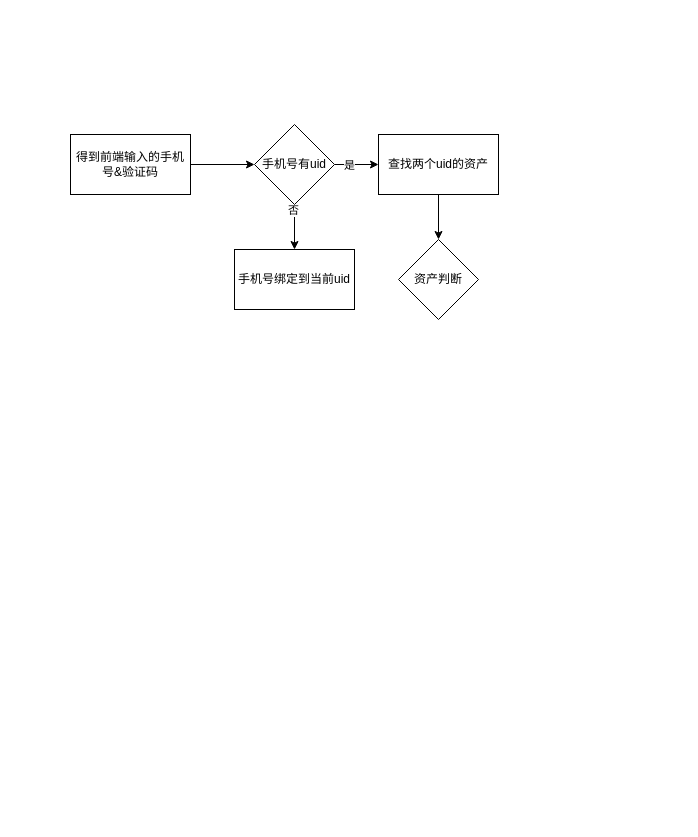
joeytang/imgs keeps this draw.io diagram as page "账号合并-微信登录态绑定手机" (7 of 9) of test.drawio. Above is the earlier version. Source tidied: cells renumbered, new cells numbered last; positions are measured from the earlier drawing's top-left corner, leaving out a move shared by most shapes. Both pictures are drawn from the tidied source at 100%, with x=0, y=0 at pixel (70, 124).
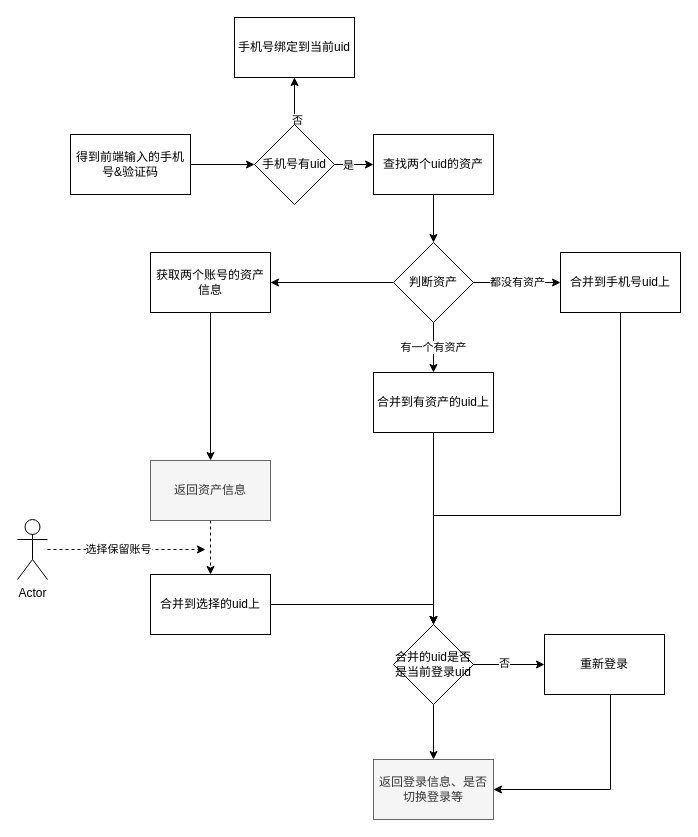
The same page after the edit.

Diff of the diagram source:
```diff
@@
-    <mxCell id="9" style="edgeStyle=orthogonalEdgeStyle;rounded=0;jettySize=auto;html=1;" parent="1" edge="1" source="10" target="11">
+    <mxCell id="9" style="edgeStyle=orthogonalEdgeStyle;rounded=0;jettySize=auto;html=1;entryX=0.5;entryY=0;entryDx=0;entryDy=0;" parent="1" edge="1" source="10" target="16">
       <mxGeometry relative="1" as="geometry" />
     </mxCell>
     <mxCell id="10" value="查找两个uid的资产" style="rounded=0;whiteSpace=wrap;html=1;align=center;" parent="1" vertex="1">
-      <mxGeometry x="308" y="10" width="120" height="60" as="geometry" />
+      <mxGeometry x="303" y="10" width="120" height="60" as="geometry" />
     </mxCell>
-    <mxCell id="11" value="资产判断" style="rhombus;whiteSpace=wrap;html=1;align=center;" parent="1" vertex="1">
-      <mxGeometry x="328" y="115" width="80" height="80" as="geometry" />
-    </mxCell>
     <mxCell id="12" value="手机号绑定到当前uid" style="rounded=0;whiteSpace=wrap;html=1;align=center;" parent="1" vertex="1">
-      <mxGeometry x="164" y="125" width="120" height="60" as="geometry" />
+      <mxGeometry x="164" y="-107" width="120" height="60" as="geometry" />
     </mxCell>
+    <mxCell id="13" value="都没有资产" style="edgeStyle=orthogonalEdgeStyle;rounded=0;jettySize=auto;html=1;" parent="1" edge="1" source="16" target="18">
+      <mxGeometry relative="1" as="geometry" />
+    </mxCell>
+    <mxCell id="14" style="edgeStyle=orthogonalEdgeStyle;rounded=0;jettySize=auto;html=1;" parent="1" edge="1" source="16" target="22">
+      <mxGeometry relative="1" as="geometry" />
+    </mxCell>
+    <mxCell id="15" value="有一个有资产" style="edgeStyle=orthogonalEdgeStyle;rounded=0;jettySize=auto;html=1;" parent="1" edge="1" source="16" target="20">
+      <mxGeometry relative="1" as="geometry" />
+    </mxCell>
+    <mxCell id="16" value="判断资产" style="rhombus;whiteSpace=wrap;html=1;align=center;" parent="1" vertex="1">
+      <mxGeometry x="323" y="118" width="80" height="80" as="geometry" />
+    </mxCell>
+    <mxCell id="17" style="edgeStyle=orthogonalEdgeStyle;rounded=0;jettySize=auto;html=1;" parent="1" edge="1" source="18" target="33">
+      <mxGeometry relative="1" as="geometry">
+        <Array as="points">
+          <mxPoint x="550" y="391" />
+        </Array>
+      </mxGeometry>
+    </mxCell>
+    <mxCell id="18" value="合并到手机号uid上" style="rounded=0;whiteSpace=wrap;html=1;align=center;" parent="1" vertex="1">
+      <mxGeometry x="490" y="128" width="120" height="60" as="geometry" />
+    </mxCell>
+    <mxCell id="19" style="edgeStyle=orthogonalEdgeStyle;rounded=0;jettySize=auto;html=1;" parent="1" edge="1" source="20" target="33">
+      <mxGeometry relative="1" as="geometry" />
+    </mxCell>
+    <mxCell id="20" value="合并到有资产的uid上" style="rounded=0;whiteSpace=wrap;html=1;align=center;" parent="1" vertex="1">
+      <mxGeometry x="303" y="248" width="120" height="60" as="geometry" />
+    </mxCell>
+    <mxCell id="21" style="edgeStyle=orthogonalEdgeStyle;rounded=0;jettySize=auto;html=1;" parent="1" edge="1" source="22" target="24">
+      <mxGeometry relative="1" as="geometry" />
+    </mxCell>
+    <mxCell id="22" value="获取两个账号的资产信息" style="rounded=0;whiteSpace=wrap;html=1;align=center;" parent="1" vertex="1">
+      <mxGeometry x="80" y="128" width="120" height="60" as="geometry" />
+    </mxCell>
+    <mxCell id="23" style="edgeStyle=orthogonalEdgeStyle;rounded=0;jettySize=auto;html=1;dashed=1;" parent="1" edge="1" source="24" target="29">
+      <mxGeometry relative="1" as="geometry" />
+    </mxCell>
+    <mxCell id="24" value="返回资产信息" style="rounded=0;whiteSpace=wrap;html=1;align=center;fillColor=#f5f5f5;strokeColor=#666666;fontColor=#333333;" parent="1" vertex="1">
+      <mxGeometry x="80" y="336" width="120" height="60" as="geometry" />
+    </mxCell>
+    <mxCell id="25" style="edgeStyle=orthogonalEdgeStyle;rounded=0;jettySize=auto;html=1;dashed=1;" parent="1" edge="1" source="27">
+      <mxGeometry relative="1" as="geometry">
+        <mxPoint x="135" y="425" as="targetPoint" />
+      </mxGeometry>
+    </mxCell>
+    <mxCell id="26" value="选择保留账号" style="edgeLabel;html=1;align=center;verticalAlign=middle;" parent="25" vertex="1">
+      <mxGeometry x="-0.12" y="1" relative="1" as="geometry" />
+    </mxCell>
+    <mxCell id="27" value="Actor" style="shape=umlActor;verticalLabelPosition=bottom;labelBackgroundColor=#ffffff;verticalAlign=top;html=1;outlineConnect=0;align=center;" parent="1" vertex="1">
+      <mxGeometry x="-53" y="395" width="30" height="60" as="geometry" />
+    </mxCell>
+    <mxCell id="28" style="edgeStyle=orthogonalEdgeStyle;rounded=0;jettySize=auto;html=1;entryX=0.5;entryY=0;entryDx=0;entryDy=0;" parent="1" edge="1" source="29" target="33">
+      <mxGeometry relative="1" as="geometry" />
+    </mxCell>
+    <mxCell id="29" value="合并到选择的uid上" style="rounded=0;whiteSpace=wrap;html=1;align=center;" parent="1" vertex="1">
+      <mxGeometry x="80" y="450" width="120" height="60" as="geometry" />
+    </mxCell>
+    <mxCell id="30" style="edgeStyle=orthogonalEdgeStyle;rounded=0;jettySize=auto;html=1;" parent="1" edge="1" source="33" target="35">
+      <mxGeometry relative="1" as="geometry" />
+    </mxCell>
+    <mxCell id="31" value="否" style="edgeLabel;html=1;align=center;verticalAlign=middle;" parent="30" vertex="1">
+      <mxGeometry x="-0.15" y="2" relative="1" as="geometry" />
+    </mxCell>
+    <mxCell id="32" style="edgeStyle=orthogonalEdgeStyle;rounded=0;jettySize=auto;html=1;" parent="1" edge="1" source="33" target="36">
+      <mxGeometry relative="1" as="geometry" />
+    </mxCell>
+    <mxCell id="33" value="合并的uid是否是当前登录uid" style="rhombus;whiteSpace=wrap;html=1;align=center;" parent="1" vertex="1">
+      <mxGeometry x="323" y="500" width="80" height="80" as="geometry" />
+    </mxCell>
+    <mxCell id="34" style="edgeStyle=orthogonalEdgeStyle;rounded=0;jettySize=auto;html=1;entryX=1;entryY=0.5;entryDx=0;entryDy=0;" parent="1" edge="1" source="35" target="36">
+      <mxGeometry relative="1" as="geometry">
+        <Array as="points">
+          <mxPoint x="540" y="665" />
+        </Array>
+      </mxGeometry>
+    </mxCell>
+    <mxCell id="35" value="重新登录" style="rounded=0;whiteSpace=wrap;html=1;align=center;" parent="1" vertex="1">
+      <mxGeometry x="474" y="510" width="120" height="60" as="geometry" />
+    </mxCell>
+    <mxCell id="36" value="返回登录信息、是否切换登录等" style="rounded=0;whiteSpace=wrap;html=1;align=center;fillColor=#f5f5f5;strokeColor=#666666;fontColor=#333333;" parent="1" vertex="1">
+      <mxGeometry x="303" y="635" width="120" height="60" as="geometry" />
+    </mxCell>
```
